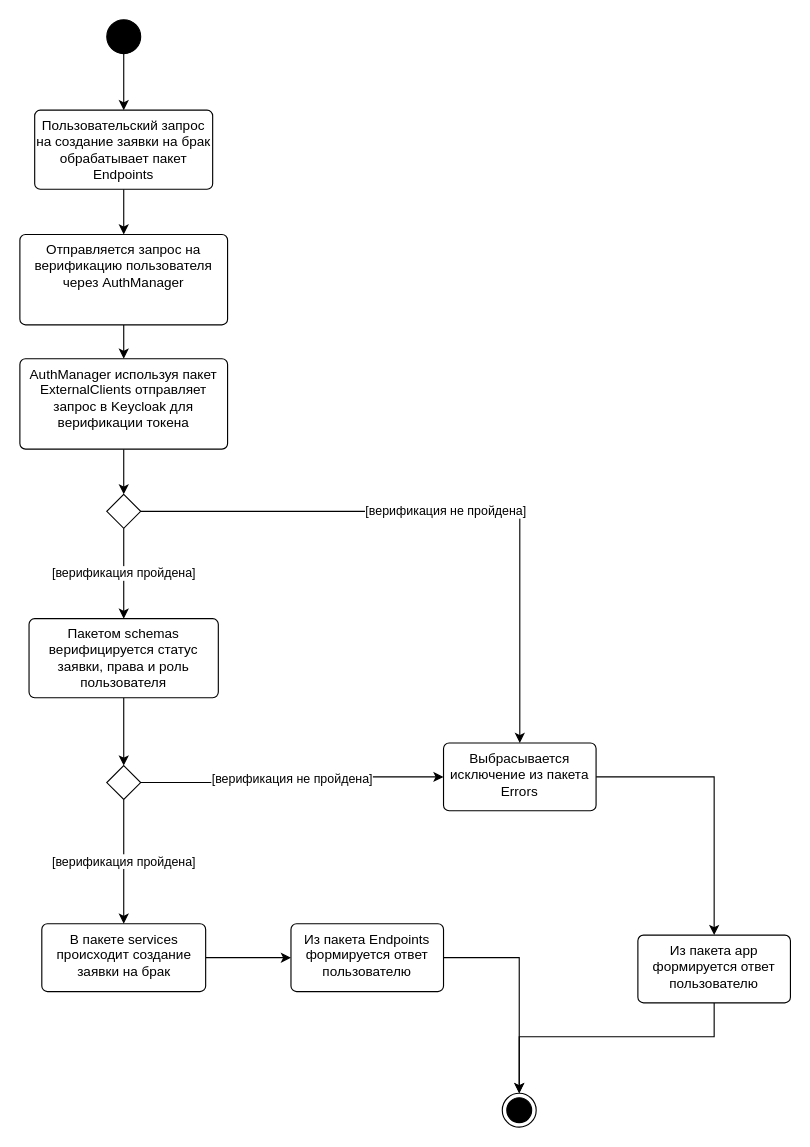
Above: page "logical view" (2 of 3) of magistracy/software-engeneering-methodology/diagrams/Activity_UC-Flaw-Order.drawio in GulDilin/itmo (draw.io), before the change. Source tidied: cells renumbered, new cells numbered last; positions are measured from the earlier drawing's top-left corner, leaving out a move shared by most shapes. Both pictures are drawn from the tidied source at 113%, with x=0, y=0 at pixel (19, 19).
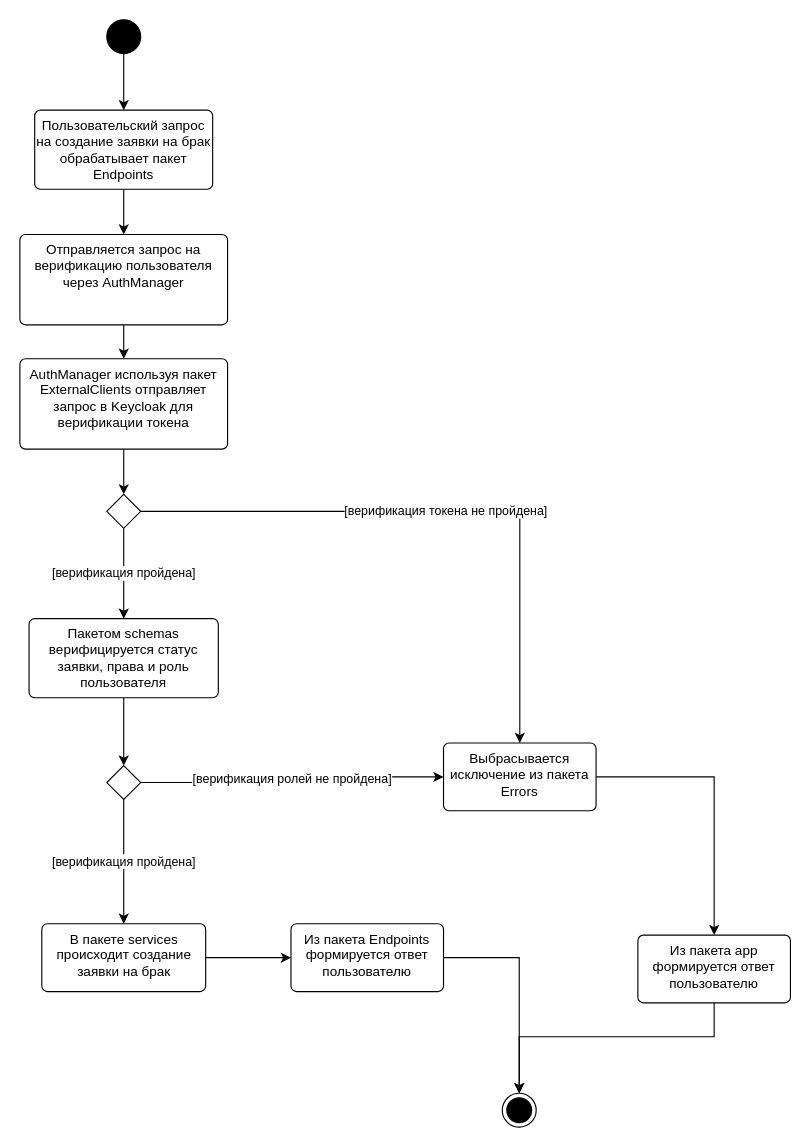
The same page after the edit.

Unchanged cells that the change refers to:
```xml
<mxCell id="13" style="rhombus;" parent="1" vertex="1">
  <mxGeometry x="77" y="420" width="30" height="30" as="geometry" />
</mxCell>
<mxCell id="20" style="rhombus;" parent="1" vertex="1">
  <mxGeometry x="77" y="660" width="30" height="30" as="geometry" />
</mxCell>
<mxCell id="24" value="Выбрасывается исключение из пакета Errors" style="html=1;align=center;verticalAlign=top;rounded=1;absoluteArcSize=1;arcSize=10;dashed=0;whiteSpace=wrap;" parent="1" vertex="1">
  <mxGeometry x="375" y="640" width="135" height="60" as="geometry" />
</mxCell>
```

Change to the diagram source:
```diff
@@
-    <mxCell id="12" value="[верификация не пройдена]" style="edgeStyle=orthogonalEdgeStyle;rounded=0;jettySize=auto;html=1;" parent="1" edge="1" source="13" target="24">
+    <mxCell id="12" value="[верификация токена не пройдена]" style="edgeStyle=orthogonalEdgeStyle;rounded=0;jettySize=auto;html=1;" parent="1" edge="1" source="13" target="24">
       <mxGeometry relative="1" as="geometry" />
     </mxCell>
@@
-    <mxCell id="19" value="[верификация не пройдена]" style="edgeStyle=orthogonalEdgeStyle;rounded=0;jettySize=auto;html=1;" parent="1" edge="1" source="20" target="24">
+    <mxCell id="19" value="[верификация ролей не пройдена]" style="edgeStyle=orthogonalEdgeStyle;rounded=0;jettySize=auto;html=1;" parent="1" edge="1" source="20" target="24">
       <mxGeometry relative="1" as="geometry" />
     </mxCell>
```
